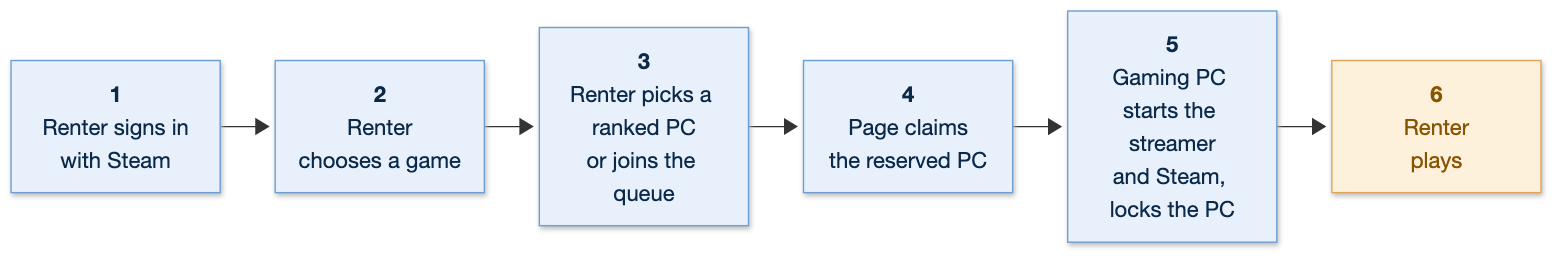
Before: docs/diagrams/workflow.png, a diagram exported from Mermaid (tomnotthomas/distributed_gaming). Its source is kept beside it as docs/diagrams/workflow.mmd.
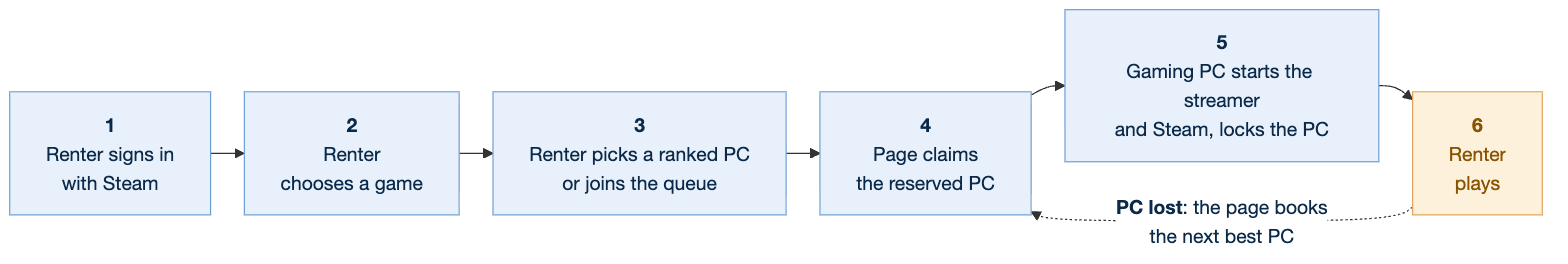
Above is the later version.

Commit message:
docs: machine lost — continue, endReason, to=end, screen D and the workflow's PC-lost branch

Change to the diagram source:
```diff
@@ -11,12 +11,15 @@
     fontSize: 16px
     lineColor: "#333333"
     primaryTextColor: "#0b2a4a"
+    edgeLabelBackground: "#ffffff"
   themeCSS: >-
     svg, text, span, p, div { font-family: "Helvetica Neue", Helvetica, Arial, sans-serif !important; }
 ---
 flowchart LR
   S1["<b>1</b><br/>Renter signs in<br/>with Steam"] --> S2["<b>2</b><br/>Renter<br/>chooses a game"] --> S3["<b>3</b><br/>Renter picks a ranked PC<br/>or joins the queue"] --> S4["<b>4</b><br/>Page claims<br/>the reserved PC"] --> S5["<b>5</b><br/>Gaming PC starts the streamer<br/>and Steam, locks the PC"] --> S6["<b>6</b><br/>Renter<br/>plays"]
 
+  S6 -. "<b>PC lost</b>: the page books<br/>the next best PC" .-> S4
+
   classDef step fill:#e8f1fb,stroke:#6d9ed3,color:#0b2a4a
   classDef done fill:#fdf1dc,stroke:#e0a458,color:#8a5300
   class S1,S2,S3,S4,S5 step
```
